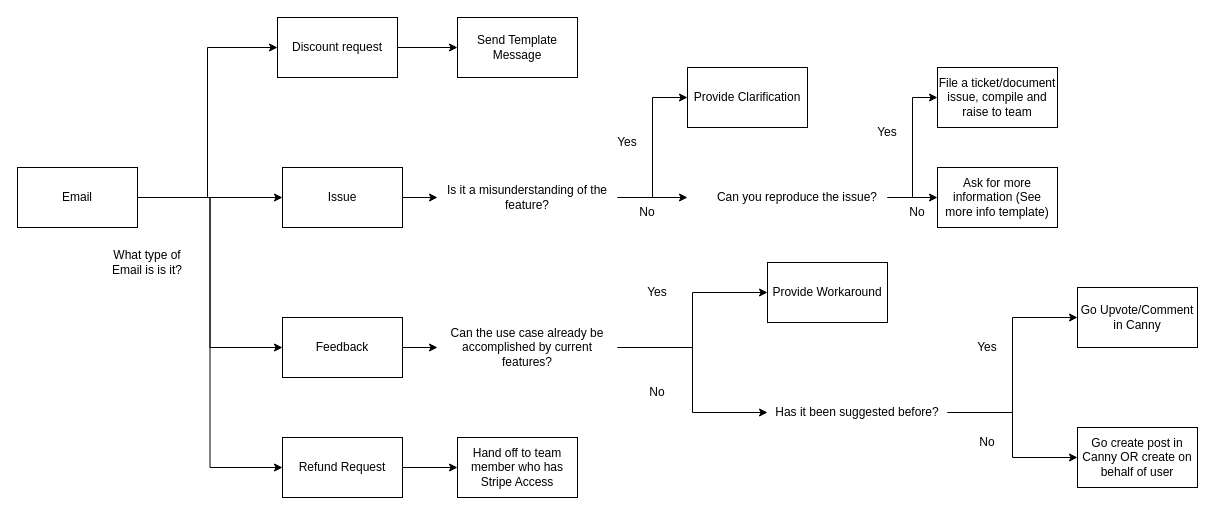
The draw.io diagram TaskadeCS Process.drawio in ryanliong/ToDoList, before the edit. Source tidied: cells renumbered, new cells numbered last; positions are measured from the earlier drawing's top-left corner, leaving out a move shared by most shapes. Both pictures are drawn from the tidied source at 100%, with x=0, y=0 at pixel (17, 17).
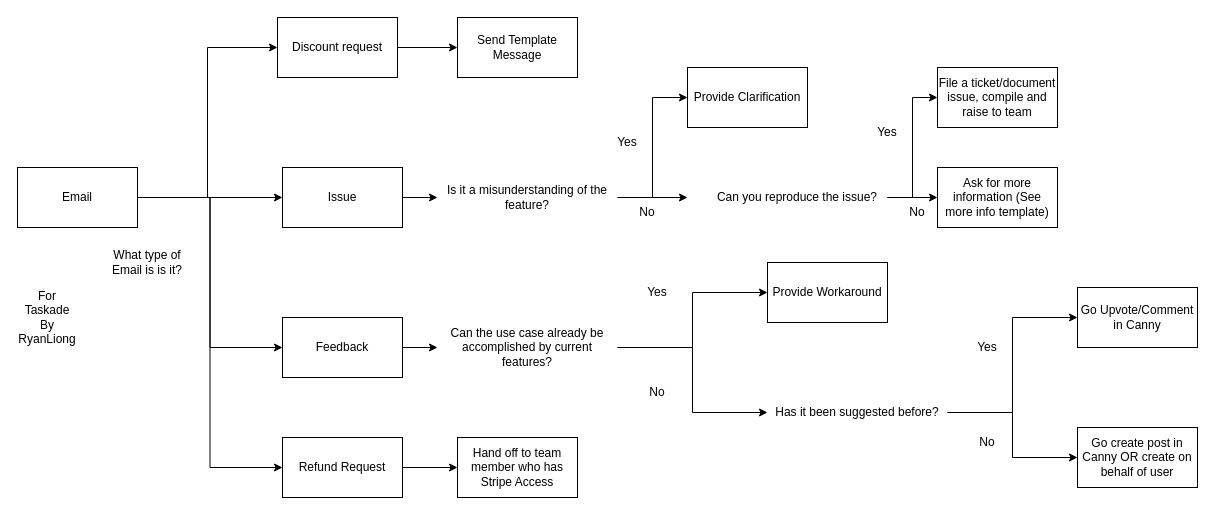
The same diagram, later.

Diff of the diagram source:
```diff
@@
+    <mxCell id="44" value="For Taskade By RyanLiong" style="text;html=1;strokeColor=none;fillColor=none;align=center;verticalAlign=middle;whiteSpace=wrap;rounded=0;" parent="1" vertex="1">
+      <mxGeometry y="285" width="60" height="30" as="geometry" />
+    </mxCell>
```
